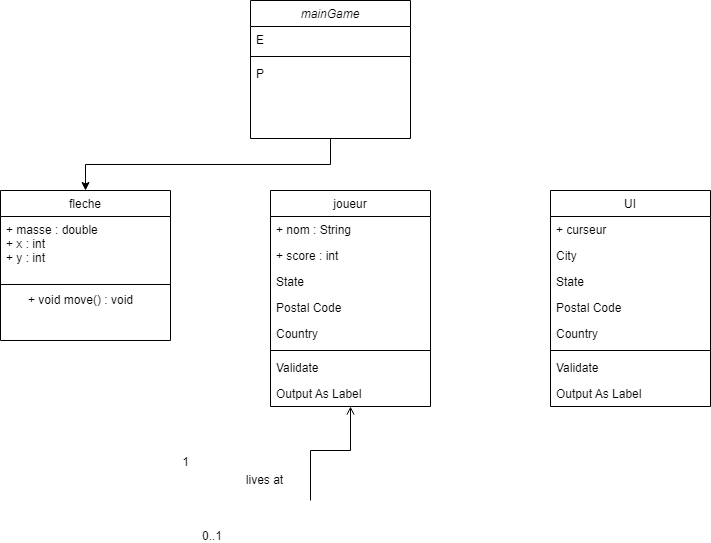
This is UMLDiagram.png from vbard1/mini-projet-2, a draw.io export, as it was before one commit. Source tidied: cells renumbered, new cells last; positions are measured from the earlier drawing's top-left corner, leaving out a move shared by most shapes.
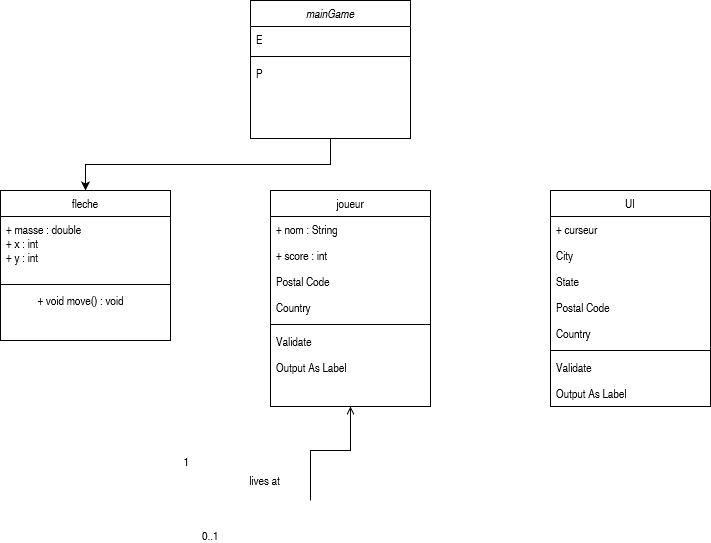
After the commit.

What changed in the source:
```diff
@@ -35,23 +35,20 @@
     <mxCell id="12" value="+ score : int" style="text;align=left;verticalAlign=top;spacingLeft=4;spacingRight=4;overflow=hidden;rounded=0;shadow=0;html=0;" parent="10" vertex="1">
       <mxGeometry y="52" width="160" height="26" as="geometry" />
     </mxCell>
-    <mxCell id="13" value="State" style="text;align=left;verticalAlign=top;spacingLeft=4;spacingRight=4;overflow=hidden;rounded=0;shadow=0;html=0;" parent="10" vertex="1">
-      <mxGeometry y="78" width="160" height="26" as="geometry" />
-    </mxCell>
     <mxCell id="14" value="Postal Code" style="text;align=left;verticalAlign=top;spacingLeft=4;spacingRight=4;overflow=hidden;rounded=0;shadow=0;html=0;" parent="10" vertex="1">
-      <mxGeometry y="104" width="160" height="26" as="geometry" />
+      <mxGeometry y="78" width="160" height="26" as="geometry" />
     </mxCell>
     <mxCell id="15" value="Country" style="text;align=left;verticalAlign=top;spacingLeft=4;spacingRight=4;overflow=hidden;rounded=0;shadow=0;html=0;" parent="10" vertex="1">
-      <mxGeometry y="130" width="160" height="26" as="geometry" />
+      <mxGeometry y="104" width="160" height="26" as="geometry" />
     </mxCell>
     <mxCell id="16" style="line;html=1;strokeWidth=1;align=left;verticalAlign=middle;spacingTop=-1;spacingLeft=3;spacingRight=3;labelPosition=right;" parent="10" vertex="1">
-      <mxGeometry y="156" width="160" height="8" as="geometry" />
+      <mxGeometry y="130" width="160" height="8" as="geometry" />
     </mxCell>
     <mxCell id="17" value="Validate" style="text;align=left;verticalAlign=top;spacingLeft=4;spacingRight=4;overflow=hidden;" parent="10" vertex="1">
-      <mxGeometry y="164" width="160" height="26" as="geometry" />
+      <mxGeometry y="138" width="160" height="26" as="geometry" />
     </mxCell>
     <mxCell id="18" value="Output As Label" style="text;align=left;verticalAlign=top;spacingLeft=4;spacingRight=4;overflow=hidden;" parent="10" vertex="1">
-      <mxGeometry y="190" width="160" height="26" as="geometry" />
+      <mxGeometry y="164" width="160" height="26" as="geometry" />
     </mxCell>
     <mxCell id="19" style="endArrow=open;shadow=0;strokeWidth=1;rounded=0;endFill=1;edgeStyle=elbowEdgeStyle;elbow=vertical;" parent="1" edge="1" target="10">
       <mxGeometry x="0.5" y="41" relative="1" as="geometry">
```
